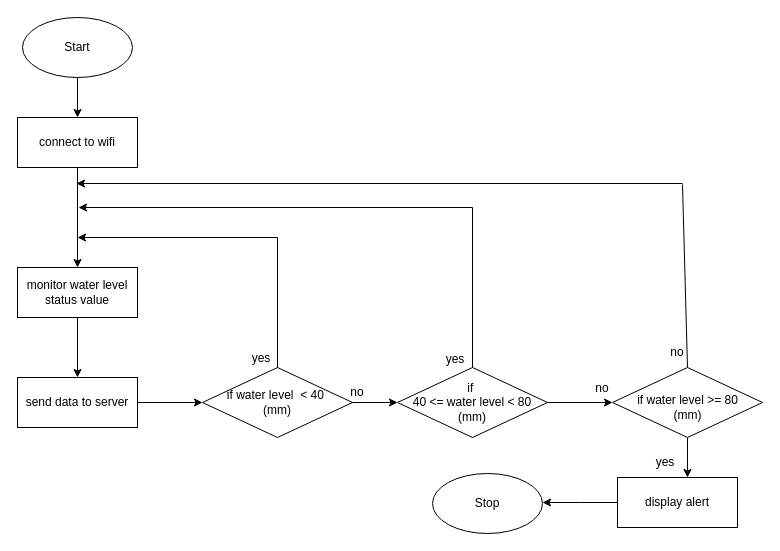
abby18abby/week-2-class-diagram keeps this draw.io diagram as page "Page-18" (18 of 20) of Exercise1ClassDiagram.drawio. Above is the earlier version. Source tidied: cells renumbered, new cells numbered last; positions are measured from the earlier drawing's top-left corner, leaving out a move shared by most shapes. Both pictures are drawn from the tidied source at 100%, with x=0, y=0 at pixel (17, 17).
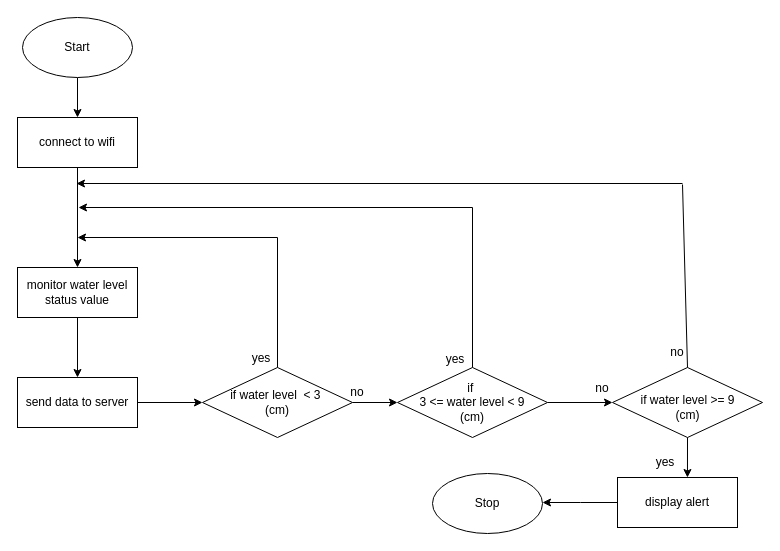
After the change.

What changed in the source:
```diff
@@
-    <mxCell id="11" value="if water level&amp;nbsp; &amp;lt; 40&amp;nbsp;&lt;div&gt;(mm)&lt;/div&gt;" style="rhombus;whiteSpace=wrap;html=1;" parent="1" vertex="1">
+    <mxCell id="11" value="if water level&amp;nbsp; &amp;lt; 3&amp;nbsp;&lt;div&gt;(cm)&lt;/div&gt;" style="rhombus;whiteSpace=wrap;html=1;" parent="1" vertex="1">
       <mxGeometry x="185" y="350" width="150" height="70" as="geometry" />
     </mxCell>
@@
-    <mxCell id="14" value="if&amp;nbsp;&lt;div&gt;40 &amp;lt;= water level &amp;lt; 80&lt;/div&gt;&lt;div&gt;(mm)&lt;/div&gt;" style="text;html=1;align=center;verticalAlign=middle;whiteSpace=wrap;rounded=0;" parent="1" vertex="1">
+    <mxCell id="14" value="if&amp;nbsp;&lt;div&gt;3 &amp;lt;= water level &amp;lt; 9&lt;/div&gt;&lt;div&gt;(cm)&lt;/div&gt;" style="text;html=1;align=center;verticalAlign=middle;whiteSpace=wrap;rounded=0;" parent="1" vertex="1">
       <mxGeometry x="390" y="370" width="130" height="30" as="geometry" />
     </mxCell>
@@
-    <mxCell id="16" value="if water level &amp;gt;= 80&lt;div&gt;(mm)&lt;/div&gt;" style="text;html=1;align=center;verticalAlign=middle;whiteSpace=wrap;rounded=0;" parent="1" vertex="1">
+    <mxCell id="16" value="if water level &amp;gt;= 9&lt;div&gt;(cm)&lt;/div&gt;" style="text;html=1;align=center;verticalAlign=middle;whiteSpace=wrap;rounded=0;" parent="1" vertex="1">
       <mxGeometry x="618" y="375" width="105" height="30" as="geometry" />
     </mxCell>
```
